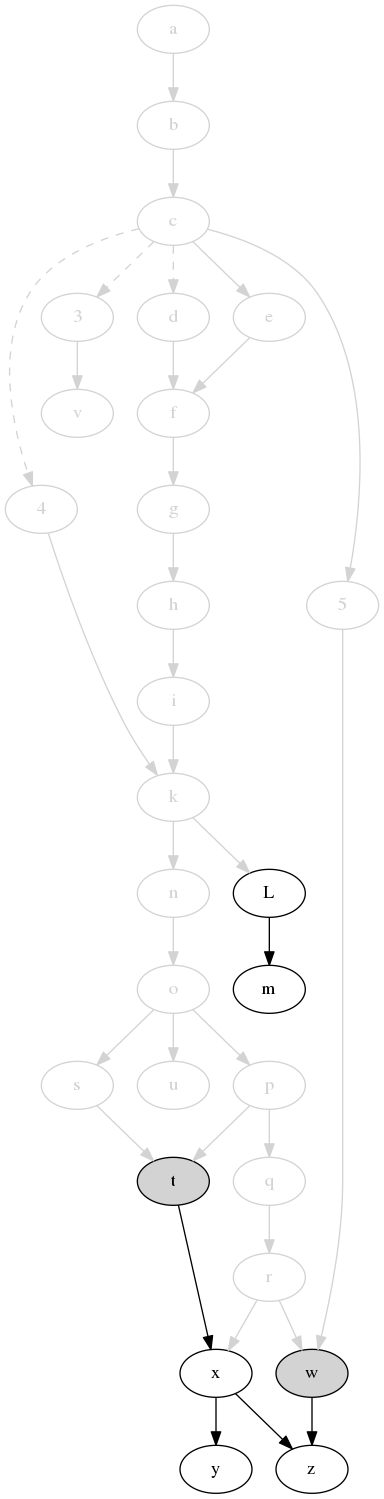
This is svm-startup-deps.png from jdmpapin/svm-startup-deps, a Graphviz export, as it was before one commit. Its source is kept beside it as svm-startup-deps.dot.
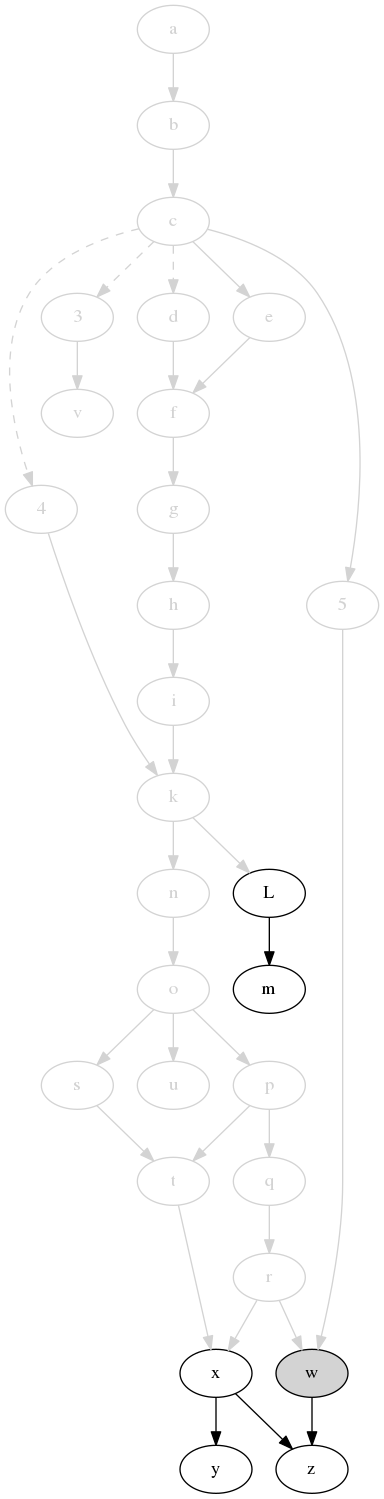
After the commit.

What changed in the source:
```diff
@@ -21,7 +21,7 @@
     q [color=lightgrey,fontcolor=lightgrey];
     r [color=lightgrey,fontcolor=lightgrey];
     s [color=lightgrey,fontcolor=lightgrey];
-    t [style=filled,fillcolor=lightgrey];
+    t [color=lightgrey,fontcolor=lightgrey];
     u [color=lightgrey,fontcolor=lightgrey];
     v [color=lightgrey,fontcolor=lightgrey];
     w [style=filled,fillcolor=lightgrey];
@@ -57,7 +57,7 @@
     o -> u [color=lightgrey];
     5 -> w [color=lightgrey];
     r -> w [color=lightgrey];
-    t -> x;
+    t -> x [color=lightgrey];
     r -> x [color=lightgrey];
     x -> y;
     x -> z;
```
